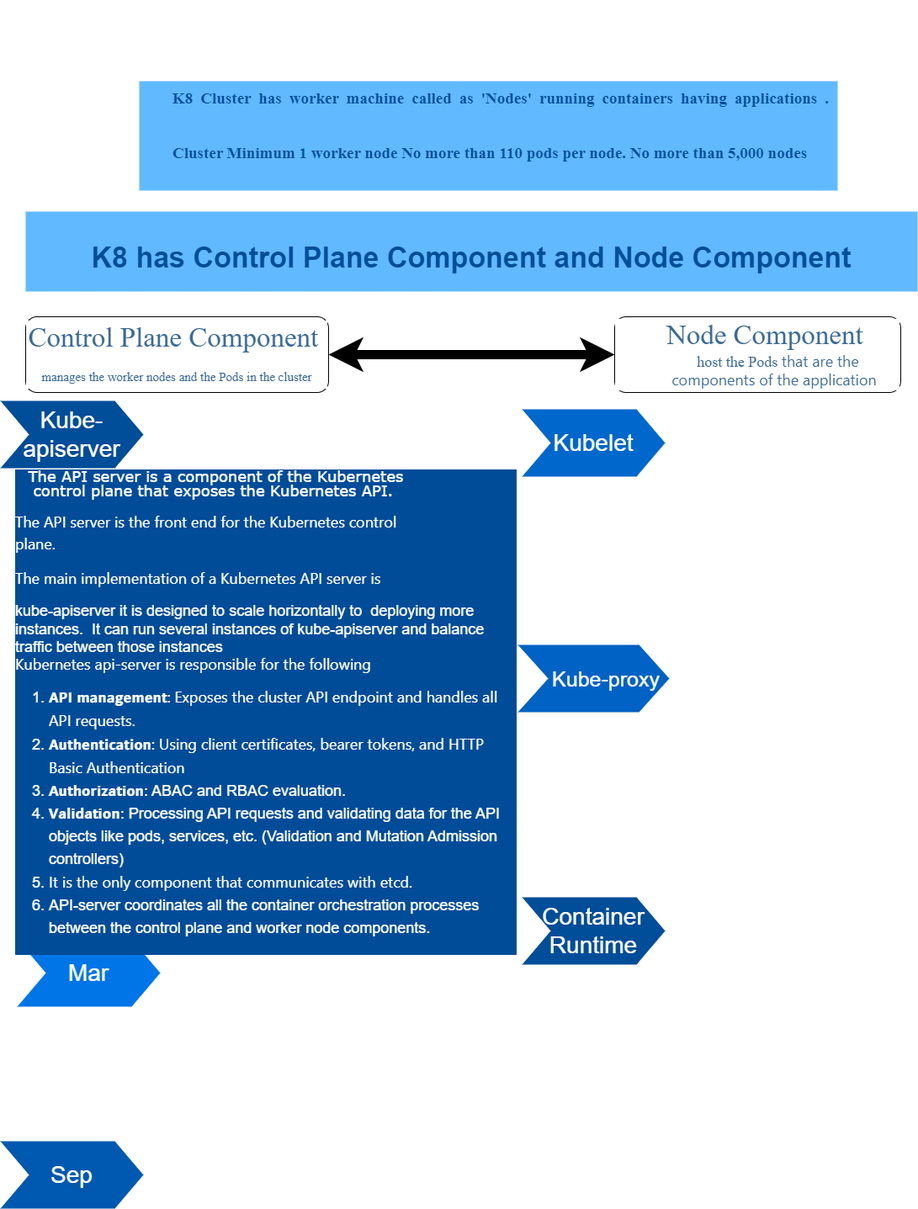
This is k8 components.drawio.png from zagianp/website1, a draw.io export, as it was before one commit. Source tidied: cells renumbered, new cells last; positions are measured from the earlier drawing's top-left corner, leaving out a move shared by most shapes.
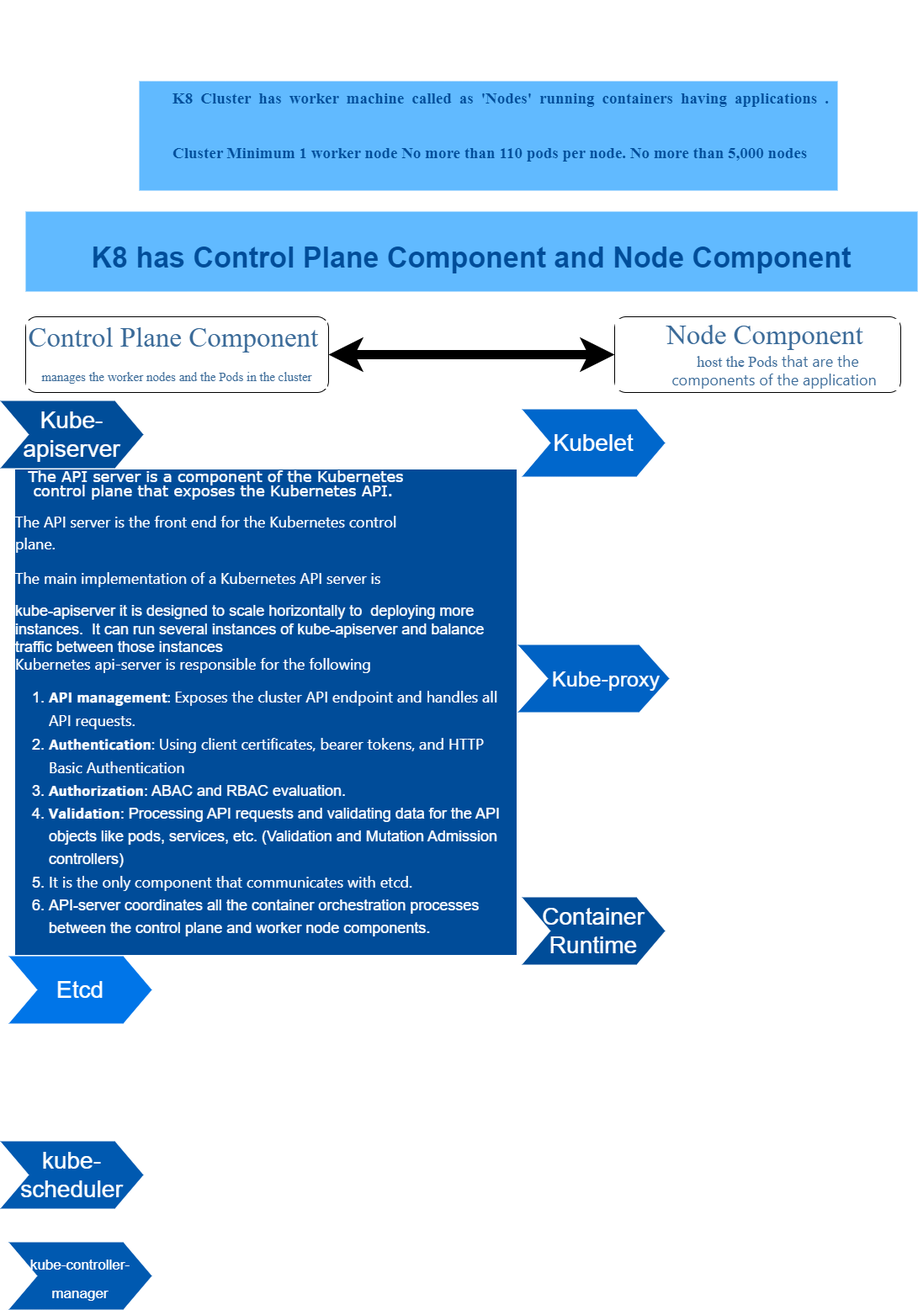
Later version of the same file.

Diff of the diagram source:
```diff
@@ -2,8 +2,8 @@
   <root>
     <mxCell id="0" />
     <mxCell id="1" parent="0" />
-    <mxCell id="2" value="Mar" style="shape=step;whiteSpace=wrap;html=1;fontSize=28;fillColor=#0075E8;fontColor=#FFFFFF;strokeColor=none;" parent="1" vertex="1">
-      <mxGeometry x="20" y="1020" width="170" height="80" as="geometry" />
+    <mxCell id="2" value="Etcd" style="shape=step;whiteSpace=wrap;html=1;fontSize=28;fillColor=#0075E8;fontColor=#FFFFFF;strokeColor=none;" parent="1" vertex="1">
+      <mxGeometry x="10" y="1040" width="170" height="80" as="geometry" />
     </mxCell>
     <mxCell id="3" value="Kubelet" style="shape=step;whiteSpace=wrap;html=1;fontSize=28;fillColor=#0067CC;fontColor=#FFFFFF;strokeColor=none;" parent="1" vertex="1">
       <mxGeometry x="620" y="390" width="170" height="80" as="geometry" />
@@ -11,7 +11,7 @@
     <mxCell id="4" value="Kube-proxy" style="shape=step;whiteSpace=wrap;html=1;fontSize=25;fillColor=#0062C4;fontColor=#FFFFFF;strokeColor=none;spacingRight=-30;" parent="1" vertex="1">
       <mxGeometry x="615" y="670" width="180" height="80" as="geometry" />
     </mxCell>
-    <mxCell id="5" value="Sep" style="shape=step;whiteSpace=wrap;html=1;fontSize=28;fillColor=#0059B0;fontColor=#FFFFFF;strokeColor=none;" parent="1" vertex="1">
+    <mxCell id="5" value="kube-scheduler" style="shape=step;whiteSpace=wrap;html=1;fontSize=28;fillColor=#0059B0;fontColor=#FFFFFF;strokeColor=none;" parent="1" vertex="1">
       <mxGeometry y="1260" width="170" height="80" as="geometry" />
     </mxCell>
     <mxCell id="6" value="Container Runtime" style="shape=step;whiteSpace=wrap;html=1;fontSize=28;fillColor=#004D99;fontColor=#FFFFFF;strokeColor=none;" parent="1" vertex="1">
@@ -38,5 +38,8 @@
     <mxCell id="13" value="Kube-apiserver" style="shape=step;whiteSpace=wrap;html=1;fontSize=28;fillColor=#004D99;fontColor=#FFFFFF;strokeColor=none;" parent="1" vertex="1">
       <mxGeometry y="380" width="170" height="80" as="geometry" />
     </mxCell>
+    <mxCell id="14" value="&lt;font style=&quot;font-size: 17px;&quot;&gt;kube-controller-manager&lt;/font&gt;" style="shape=step;whiteSpace=wrap;html=1;fontSize=28;fillColor=#0059B0;fontColor=#FFFFFF;strokeColor=none;" parent="1" vertex="1">
+      <mxGeometry x="10" y="1380" width="170" height="80" as="geometry" />
+    </mxCell>
   </root>
 </mxGraphModel>
```
